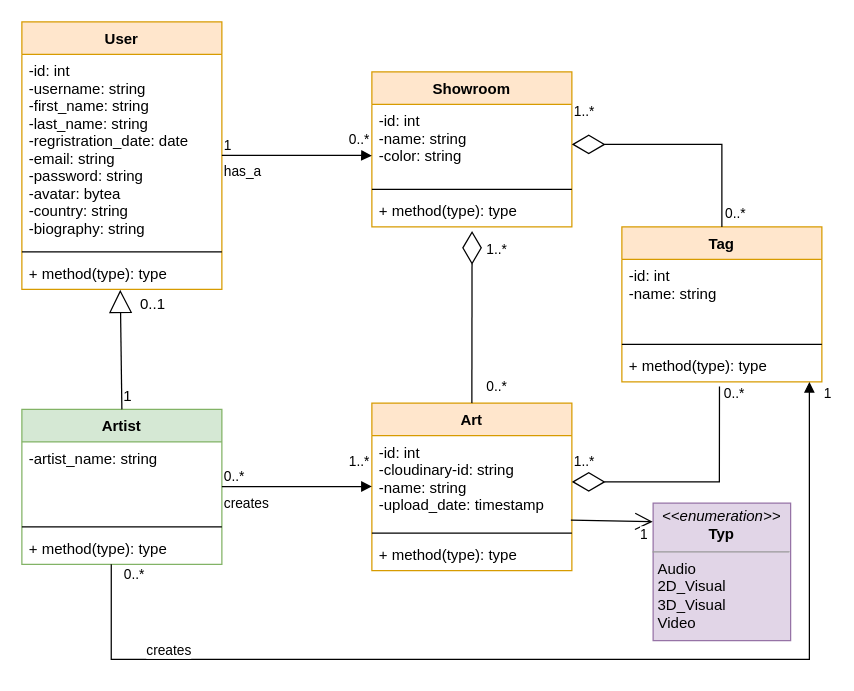
Arcn-git/v_gallery keeps this draw.io diagram as media/uml_v1.drawio. Above is the earlier version. Source tidied: cells renumbered, new cells numbered last; positions are measured from the earlier drawing's top-left corner, leaving out a move shared by most shapes. Both pictures are drawn from the tidied source at 125%, with x=0, y=0 at pixel (21, 21).
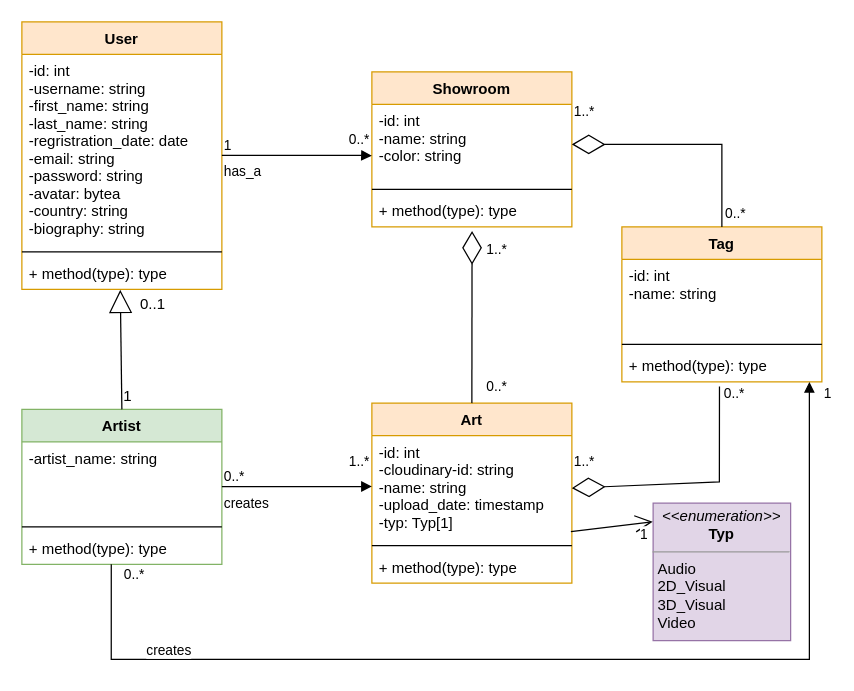
Above is the later version.

Diff of the diagram source:
```diff
@@
     <mxCell id="2" value="Art" style="swimlane;fontStyle=1;align=center;verticalAlign=top;horizontal=1;startSize=26;fillColor=#ffe6cc;strokeColor=#d79b00;" parent="1" vertex="1">
-      <mxGeometry x="280" y="305" width="160" height="134" as="geometry" />
+      <mxGeometry x="280" y="305" width="160" height="144" as="geometry" />
     </mxCell>
-    <mxCell id="3" value="-id: int&#10;-cloudinary-id: string&#10;-name: string&#10;-upload_date: timestamp" style="text;strokeColor=none;fillColor=none;align=left;verticalAlign=top;spacingLeft=4;spacingRight=4;overflow=hidden;points=[[0,0.5],[1,0.5]];portConstraint=eastwest;" parent="2" vertex="1">
-      <mxGeometry y="26" width="160" height="74" as="geometry" />
+    <mxCell id="3" value="-id: int&#10;-cloudinary-id: string&#10;-name: string&#10;-upload_date: timestamp&#10;-typ: Typ[1]" style="text;strokeColor=none;fillColor=none;align=left;verticalAlign=top;spacingLeft=4;spacingRight=4;overflow=hidden;points=[[0,0.5],[1,0.5]];portConstraint=eastwest;" parent="2" vertex="1">
+      <mxGeometry y="26" width="160" height="84" as="geometry" />
     </mxCell>
     <mxCell id="4" style="line;strokeWidth=1;fillColor=none;align=left;verticalAlign=middle;spacingTop=-1;spacingLeft=3;spacingRight=3;labelPosition=right;" parent="2" vertex="1">
-      <mxGeometry y="100" width="160" height="8" as="geometry" />
+      <mxGeometry y="110" width="160" height="8" as="geometry" />
     </mxCell>
     <mxCell id="5" value="+ method(type): type" style="text;strokeColor=none;fillColor=none;align=left;verticalAlign=top;spacingLeft=4;spacingRight=4;overflow=hidden;" parent="2" vertex="1">
-      <mxGeometry y="108" width="160" height="26" as="geometry" />
+      <mxGeometry y="118" width="160" height="26" as="geometry" />
     </mxCell>
```
